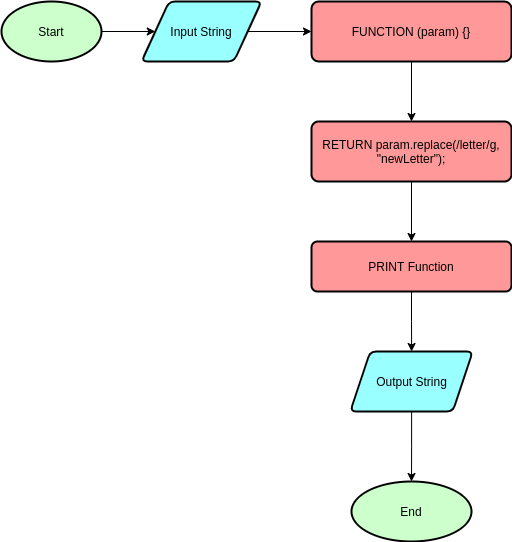
Before: Flowchart/4_changeLetter.png, a diagram exported from draw.io (ferdianfh/algorithm-and-flowchart). Source tidied: cells renumbered, new cells last; positions are measured from the earlier drawing's top-left corner, leaving out a move shared by most shapes. The source it was exported from:
```xml
<mxGraphModel>
  <root>
    <mxCell id="0" />
    <mxCell id="1" parent="0" />
    <mxCell id="2" style="edgeStyle=orthogonalEdgeStyle;rounded=0;jettySize=auto;html=1;" parent="1" edge="1" source="3" target="5">
      <mxGeometry relative="1" as="geometry" />
    </mxCell>
    <mxCell id="3" value="Start" style="strokeWidth=2;html=1;shape=mxgraph.flowchart.start_1;whiteSpace=wrap;fillColor=#CCFFCC;" parent="1" vertex="1">
      <mxGeometry width="100" height="60" as="geometry" />
    </mxCell>
    <mxCell id="4" style="edgeStyle=orthogonalEdgeStyle;rounded=0;jettySize=auto;html=1;" parent="1" edge="1" source="5" target="7">
      <mxGeometry relative="1" as="geometry" />
    </mxCell>
    <mxCell id="5" value="Input String" style="shape=parallelogram;html=1;strokeWidth=2;perimeter=parallelogramPerimeter;whiteSpace=wrap;rounded=1;arcSize=12;size=0.23;fillColor=#99FFFF;" parent="1" vertex="1">
      <mxGeometry x="140" width="120" height="60" as="geometry" />
    </mxCell>
    <mxCell id="6" style="edgeStyle=orthogonalEdgeStyle;rounded=0;jettySize=auto;html=1;" parent="1" edge="1" source="7" target="14">
      <mxGeometry relative="1" as="geometry" />
    </mxCell>
    <mxCell id="7" value="&lt;div style=&quot;text-align: left&quot;&gt;FUNCTION (param) {&lt;span&gt;}&lt;/span&gt;&lt;/div&gt;" style="whiteSpace=wrap;html=1;rounded=1;strokeWidth=2;arcSize=12;fillColor=#FF9999;" parent="1" vertex="1">
      <mxGeometry x="310" width="200" height="60" as="geometry" />
    </mxCell>
    <mxCell id="8" style="edgeStyle=orthogonalEdgeStyle;rounded=0;jettySize=auto;html=1;" parent="1" edge="1" source="9" target="11">
      <mxGeometry relative="1" as="geometry" />
    </mxCell>
    <mxCell id="9" value="PRINT Function" style="whiteSpace=wrap;html=1;rounded=1;strokeWidth=2;arcSize=12;fillColor=#FF9999;" parent="1" vertex="1">
      <mxGeometry x="310" y="240" width="200" height="50" as="geometry" />
    </mxCell>
    <mxCell id="10" style="edgeStyle=orthogonalEdgeStyle;rounded=0;jettySize=auto;html=1;" parent="1" edge="1" source="11" target="12">
      <mxGeometry relative="1" as="geometry" />
    </mxCell>
    <mxCell id="11" value="Output String" style="shape=parallelogram;perimeter=parallelogramPerimeter;whiteSpace=wrap;html=1;fixedSize=1;rounded=1;strokeWidth=2;arcSize=12;fillColor=#99FFFF;" parent="1" vertex="1">
      <mxGeometry x="348.8" y="350" width="122.5" height="60" as="geometry" />
    </mxCell>
    <mxCell id="12" value="End" style="ellipse;whiteSpace=wrap;html=1;rounded=1;strokeWidth=2;arcSize=12;fillColor=#CCFFCC;" parent="1" vertex="1">
      <mxGeometry x="350" y="480" width="120" height="60" as="geometry" />
    </mxCell>
    <mxCell id="13" style="edgeStyle=orthogonalEdgeStyle;rounded=0;jettySize=auto;html=1;" parent="1" edge="1" source="14" target="9">
      <mxGeometry relative="1" as="geometry" />
    </mxCell>
    <mxCell id="14" value="&lt;span style=&quot;text-align: left&quot;&gt;RETURN param.replace(/letter/g, &quot;newLetter&quot;);&lt;/span&gt;" style="rounded=1;whiteSpace=wrap;html=1;strokeWidth=2;fillColor=#FF9999;arcSize=12;" parent="1" vertex="1">
      <mxGeometry x="310" y="120" width="200" height="60" as="geometry" />
    </mxCell>
  </root>
</mxGraphModel>
```
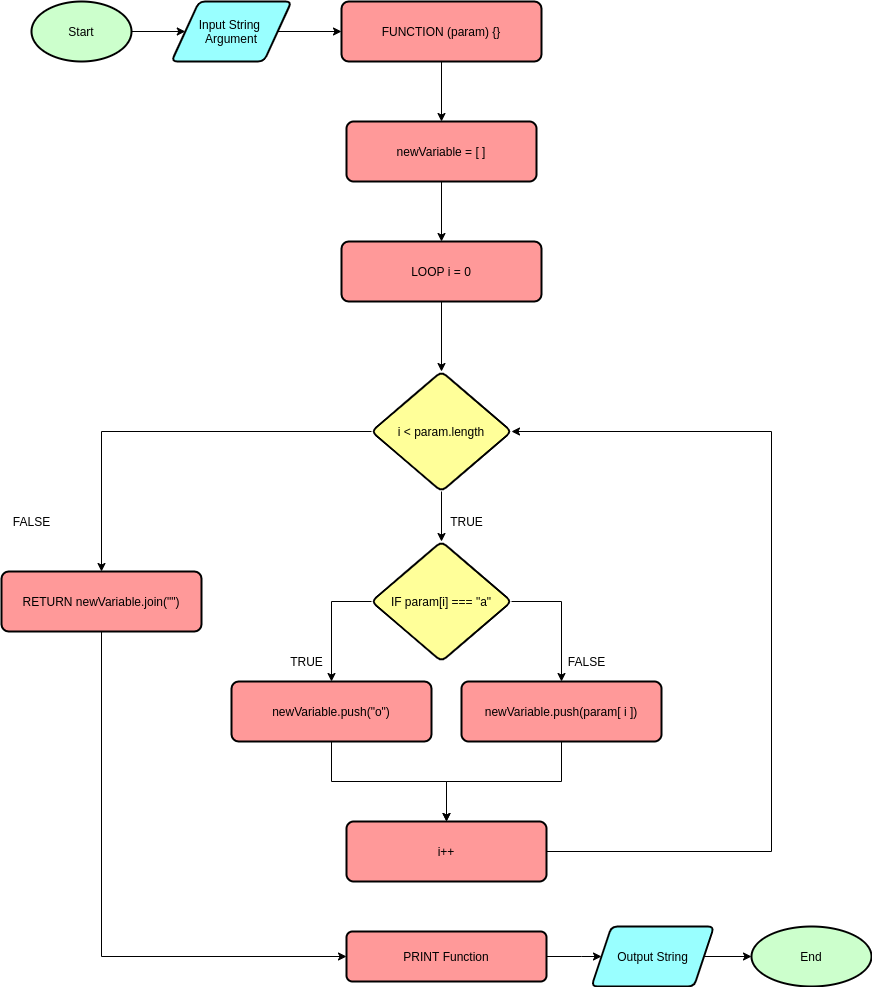
After the commit.

Commit message:
edit flowchart for case number 4

The edit, as a diff of the source:
```diff
@@ -11,35 +11,117 @@
     <mxCell id="4" style="edgeStyle=orthogonalEdgeStyle;rounded=0;jettySize=auto;html=1;" parent="1" edge="1" source="5" target="7">
       <mxGeometry relative="1" as="geometry" />
     </mxCell>
-    <mxCell id="5" value="Input String" style="shape=parallelogram;html=1;strokeWidth=2;perimeter=parallelogramPerimeter;whiteSpace=wrap;rounded=1;arcSize=12;size=0.23;fillColor=#99FFFF;" parent="1" vertex="1">
+    <mxCell id="5" value="Input String &lt;br&gt;Argument" style="shape=parallelogram;html=1;strokeWidth=2;perimeter=parallelogramPerimeter;whiteSpace=wrap;rounded=1;arcSize=12;size=0.23;fillColor=#99FFFF;" parent="1" vertex="1">
       <mxGeometry x="140" width="120" height="60" as="geometry" />
     </mxCell>
-    <mxCell id="6" style="edgeStyle=orthogonalEdgeStyle;rounded=0;jettySize=auto;html=1;" parent="1" edge="1" source="7" target="14">
-      <mxGeometry relative="1" as="geometry" />
-    </mxCell>
+    <mxCell id="15" style="edgeStyle=orthogonalEdgeStyle;rounded=0;jettySize=auto;html=1;" parent="1" edge="1" source="7" target="17">
+      <mxGeometry relative="1" as="geometry" />
+    </mxCell>
     <mxCell id="7" value="&lt;div style=&quot;text-align: left&quot;&gt;FUNCTION (param) {&lt;span&gt;}&lt;/span&gt;&lt;/div&gt;" style="whiteSpace=wrap;html=1;rounded=1;strokeWidth=2;arcSize=12;fillColor=#FF9999;" parent="1" vertex="1">
       <mxGeometry x="310" width="200" height="60" as="geometry" />
     </mxCell>
     <mxCell id="8" style="edgeStyle=orthogonalEdgeStyle;rounded=0;jettySize=auto;html=1;" parent="1" edge="1" source="9" target="11">
-      <mxGeometry relative="1" as="geometry" />
+      <mxGeometry relative="1" as="geometry">
+        <Array as="points">
+          <mxPoint x="550" y="955" />
+          <mxPoint x="550" y="955" />
+        </Array>
+      </mxGeometry>
     </mxCell>
     <mxCell id="9" value="PRINT Function" style="whiteSpace=wrap;html=1;rounded=1;strokeWidth=2;arcSize=12;fillColor=#FF9999;" parent="1" vertex="1">
-      <mxGeometry x="310" y="240" width="200" height="50" as="geometry" />
+      <mxGeometry x="315" y="930" width="200" height="50" as="geometry" />
     </mxCell>
     <mxCell id="10" style="edgeStyle=orthogonalEdgeStyle;rounded=0;jettySize=auto;html=1;" parent="1" edge="1" source="11" target="12">
       <mxGeometry relative="1" as="geometry" />
     </mxCell>
     <mxCell id="11" value="Output String" style="shape=parallelogram;perimeter=parallelogramPerimeter;whiteSpace=wrap;html=1;fixedSize=1;rounded=1;strokeWidth=2;arcSize=12;fillColor=#99FFFF;" parent="1" vertex="1">
-      <mxGeometry x="348.8" y="350" width="122.5" height="60" as="geometry" />
+      <mxGeometry x="560" y="925" width="122.5" height="60" as="geometry" />
     </mxCell>
     <mxCell id="12" value="End" style="ellipse;whiteSpace=wrap;html=1;rounded=1;strokeWidth=2;arcSize=12;fillColor=#CCFFCC;" parent="1" vertex="1">
-      <mxGeometry x="350" y="480" width="120" height="60" as="geometry" />
+      <mxGeometry x="720" y="925" width="120" height="60" as="geometry" />
     </mxCell>
-    <mxCell id="13" style="edgeStyle=orthogonalEdgeStyle;rounded=0;jettySize=auto;html=1;" parent="1" edge="1" source="14" target="9">
-      <mxGeometry relative="1" as="geometry" />
-    </mxCell>
-    <mxCell id="14" value="&lt;span style=&quot;text-align: left&quot;&gt;RETURN param.replace(/letter/g, &quot;newLetter&quot;);&lt;/span&gt;" style="rounded=1;whiteSpace=wrap;html=1;strokeWidth=2;fillColor=#FF9999;arcSize=12;" parent="1" vertex="1">
-      <mxGeometry x="310" y="120" width="200" height="60" as="geometry" />
-    </mxCell>
+    <mxCell id="16" style="edgeStyle=orthogonalEdgeStyle;rounded=0;jettySize=auto;html=1;" parent="1" edge="1" source="17" target="19">
+      <mxGeometry relative="1" as="geometry" />
+    </mxCell>
+    <mxCell id="17" value="newVariable = [ ]" style="rounded=1;whiteSpace=wrap;html=1;strokeWidth=2;fillColor=#FF9999;arcSize=12;" parent="1" vertex="1">
+      <mxGeometry x="315" y="120" width="190" height="60" as="geometry" />
+    </mxCell>
+    <mxCell id="18" style="edgeStyle=orthogonalEdgeStyle;rounded=0;jettySize=auto;html=1;" parent="1" edge="1" source="19" target="22">
+      <mxGeometry relative="1" as="geometry" />
+    </mxCell>
+    <mxCell id="19" value="LOOP i = 0" style="rounded=1;whiteSpace=wrap;html=1;strokeWidth=2;fillColor=#FF9999;arcSize=12;" parent="1" vertex="1">
+      <mxGeometry x="310" y="240" width="200" height="60" as="geometry" />
+    </mxCell>
+    <mxCell id="20" style="edgeStyle=orthogonalEdgeStyle;rounded=0;jettySize=auto;html=1;" parent="1" edge="1" source="22" target="25">
+      <mxGeometry relative="1" as="geometry" />
+    </mxCell>
+    <mxCell id="21" style="edgeStyle=orthogonalEdgeStyle;rounded=0;jettySize=auto;html=1;" parent="1" edge="1" source="22" target="33">
+      <mxGeometry relative="1" as="geometry" />
+    </mxCell>
+    <mxCell id="22" value="i &amp;lt; param.length" style="rhombus;whiteSpace=wrap;html=1;rounded=1;strokeWidth=2;fillColor=#FFFF99;arcSize=12;" parent="1" vertex="1">
+      <mxGeometry x="340" y="370" width="140" height="120" as="geometry" />
+    </mxCell>
+    <mxCell id="23" style="edgeStyle=orthogonalEdgeStyle;rounded=0;jettySize=auto;html=1;" parent="1" edge="1" source="25" target="27">
+      <mxGeometry relative="1" as="geometry">
+        <Array as="points">
+          <mxPoint x="300" y="600" />
+        </Array>
+      </mxGeometry>
+    </mxCell>
+    <mxCell id="24" style="edgeStyle=orthogonalEdgeStyle;rounded=0;jettySize=auto;html=1;" parent="1" edge="1" source="25" target="29">
+      <mxGeometry relative="1" as="geometry">
+        <Array as="points">
+          <mxPoint x="530" y="600" />
+        </Array>
+      </mxGeometry>
+    </mxCell>
+    <mxCell id="25" value="IF param[i] === &quot;a&quot;" style="rhombus;whiteSpace=wrap;html=1;rounded=1;strokeWidth=2;fillColor=#FFFF99;arcSize=12;" parent="1" vertex="1">
+      <mxGeometry x="340" y="540" width="140" height="120" as="geometry" />
+    </mxCell>
+    <mxCell id="26" style="edgeStyle=orthogonalEdgeStyle;rounded=0;jettySize=auto;html=1;" parent="1" edge="1" source="27" target="31">
+      <mxGeometry relative="1" as="geometry" />
+    </mxCell>
+    <mxCell id="27" value="newVariable.push(&quot;o&quot;)" style="rounded=1;whiteSpace=wrap;html=1;strokeWidth=2;fillColor=#FF9999;arcSize=12;" parent="1" vertex="1">
+      <mxGeometry x="200" y="680" width="200" height="60" as="geometry" />
+    </mxCell>
+    <mxCell id="28" style="edgeStyle=orthogonalEdgeStyle;rounded=0;jettySize=auto;html=1;" parent="1" edge="1" source="29" target="31">
+      <mxGeometry relative="1" as="geometry" />
+    </mxCell>
+    <mxCell id="29" value="newVariable.push(param[ i ])" style="whiteSpace=wrap;html=1;rounded=1;strokeWidth=2;fillColor=#FF9999;arcSize=12;" parent="1" vertex="1">
+      <mxGeometry x="430" y="680" width="200" height="60" as="geometry" />
+    </mxCell>
+    <mxCell id="30" style="edgeStyle=orthogonalEdgeStyle;rounded=0;jettySize=auto;html=1;entryX=1;entryY=0.5;entryDx=0;entryDy=0;" parent="1" edge="1" source="31" target="22">
+      <mxGeometry relative="1" as="geometry">
+        <Array as="points">
+          <mxPoint x="740" y="850" />
+          <mxPoint x="740" y="430" />
+        </Array>
+      </mxGeometry>
+    </mxCell>
+    <mxCell id="31" value="i++" style="whiteSpace=wrap;html=1;rounded=1;strokeWidth=2;fillColor=#FF9999;arcSize=12;" parent="1" vertex="1">
+      <mxGeometry x="315" y="820" width="200" height="60" as="geometry" />
+    </mxCell>
+    <mxCell id="32" style="edgeStyle=orthogonalEdgeStyle;rounded=0;jettySize=auto;html=1;" parent="1" edge="1" source="33" target="9">
+      <mxGeometry relative="1" as="geometry">
+        <Array as="points">
+          <mxPoint x="70" y="955" />
+        </Array>
+      </mxGeometry>
+    </mxCell>
+    <mxCell id="33" value="RETURN newVariable.join(&quot;&quot;)" style="rounded=1;whiteSpace=wrap;html=1;strokeWidth=2;fillColor=#FF9999;arcSize=12;" parent="1" vertex="1">
+      <mxGeometry x="-30" y="570" width="200" height="60" as="geometry" />
+    </mxCell>
+    <mxCell id="34" value="TRUE" style="text;html=1;align=center;verticalAlign=middle;strokeColor=none;fillColor=none;" parent="1" vertex="1">
+      <mxGeometry x="250" y="650" width="50" height="20" as="geometry" />
+    </mxCell>
+    <mxCell id="35" value="FALSE" style="text;html=1;align=center;verticalAlign=middle;strokeColor=none;fillColor=none;" parent="1" vertex="1">
+      <mxGeometry x="530" y="650" width="50" height="20" as="geometry" />
+    </mxCell>
+    <mxCell id="36" value="TRUE" style="text;html=1;align=center;verticalAlign=middle;strokeColor=none;fillColor=none;" parent="1" vertex="1">
+      <mxGeometry x="410" y="510" width="50" height="20" as="geometry" />
+    </mxCell>
+    <mxCell id="37" value="FALSE" style="text;html=1;align=center;verticalAlign=middle;strokeColor=none;fillColor=none;" parent="1" vertex="1">
+      <mxGeometry x="-25" y="510" width="50" height="20" as="geometry" />
+    </mxCell>
   </root>
 </mxGraphModel>
```
